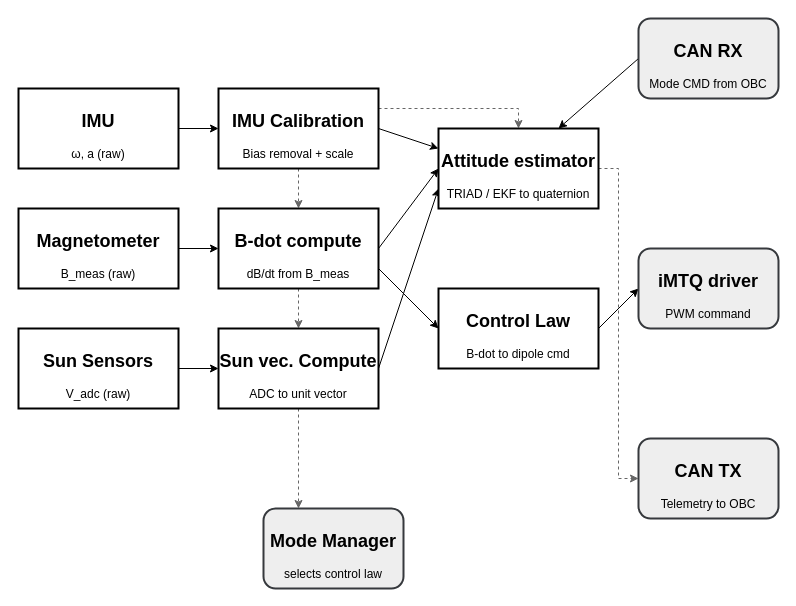
The draw.io diagram page "Data flow" (3 of 7) of docs/subteams/adcs/ADCS_software_architecture.drawio in QSET-Sat/qset-doc, before the edit. Source tidied: cells renumbered, new cells numbered last; positions are measured from the earlier drawing's top-left corner, leaving out a move shared by most shapes. Both pictures are drawn from the tidied source at 100%, with x=0, y=0 at pixel (18, 18).
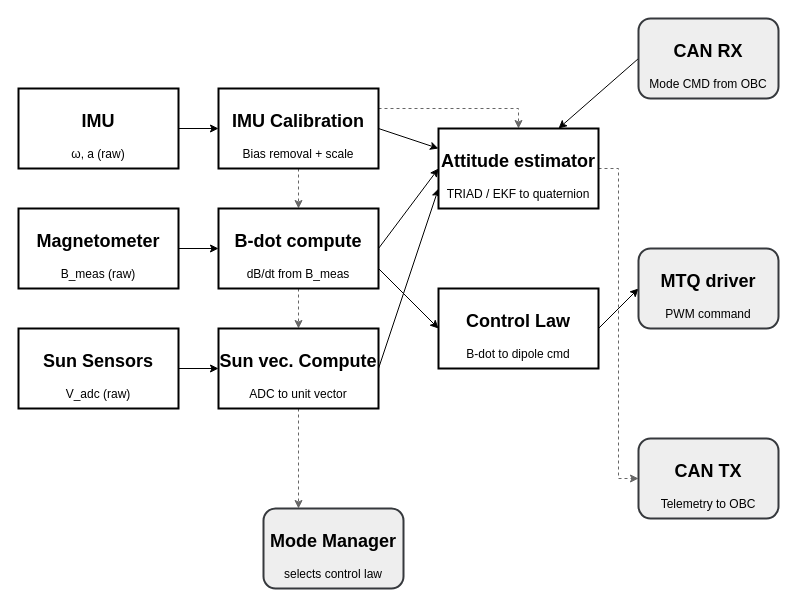
Above is the later version.

What changed in the source:
```diff
@@
-    <mxCell id="27" value="&lt;h2&gt;iMTQ driver&lt;/h2&gt;&lt;div&gt;PWM command&lt;/div&gt;" style="rounded=1;whiteSpace=wrap;html=1;strokeWidth=2;fillColor=#eeeeee;strokeColor=#36393d;" parent="1" vertex="1">
+    <mxCell id="27" value="&lt;h2&gt;MTQ driver&lt;/h2&gt;&lt;div&gt;PWM command&lt;/div&gt;" style="rounded=1;whiteSpace=wrap;html=1;strokeWidth=2;fillColor=#eeeeee;strokeColor=#36393d;" parent="1" vertex="1">
       <mxGeometry x="620" y="230" width="140" height="80" as="geometry" />
     </mxCell>
```
